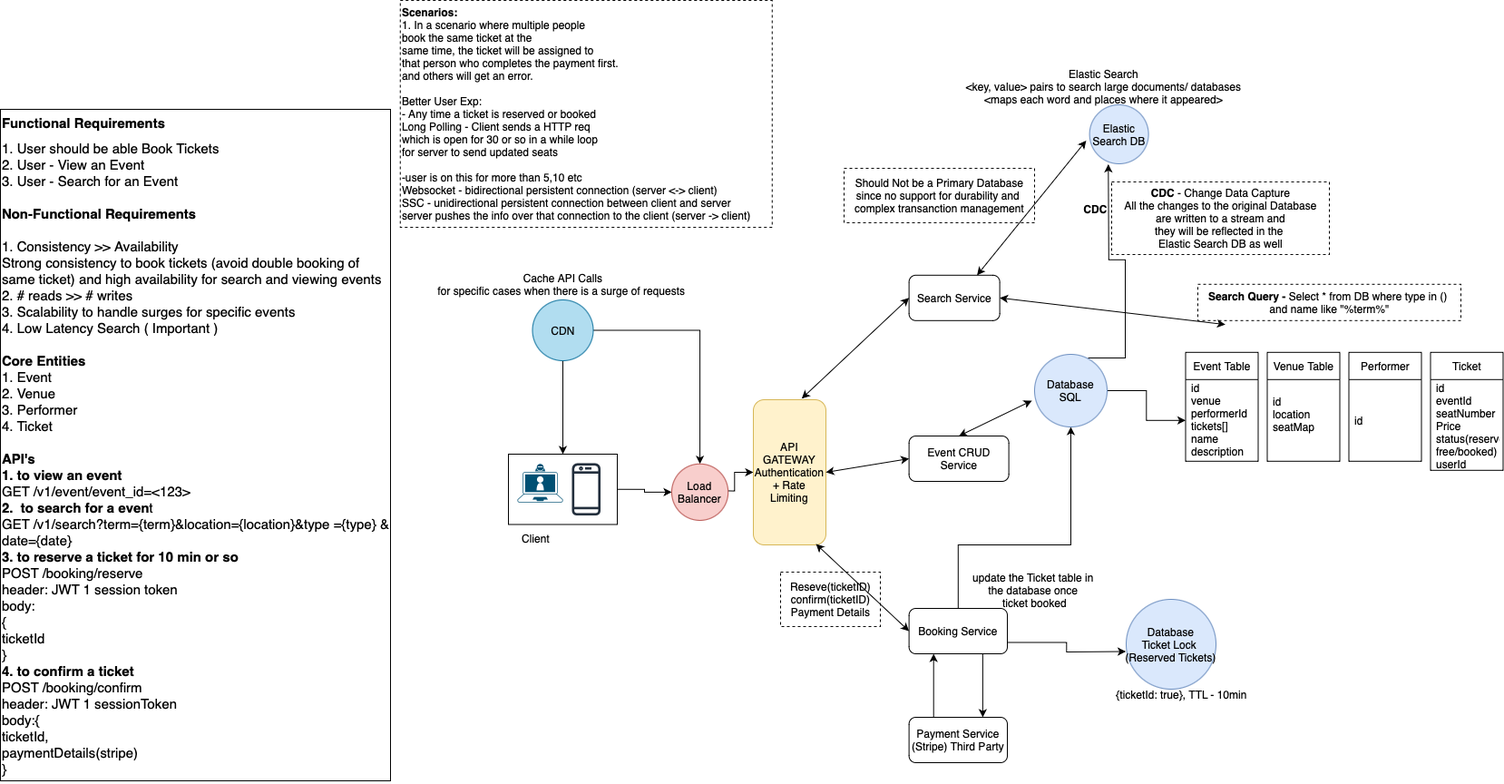
chetana-c/SystemDesign keeps this draw.io diagram as Designs/Design TicketMaster Deep Dive.drawio.png. Above is the earlier version. Source tidied: cells renumbered, new cells last; positions are measured from the earlier drawing's top-left corner, leaving out a move shared by most shapes.
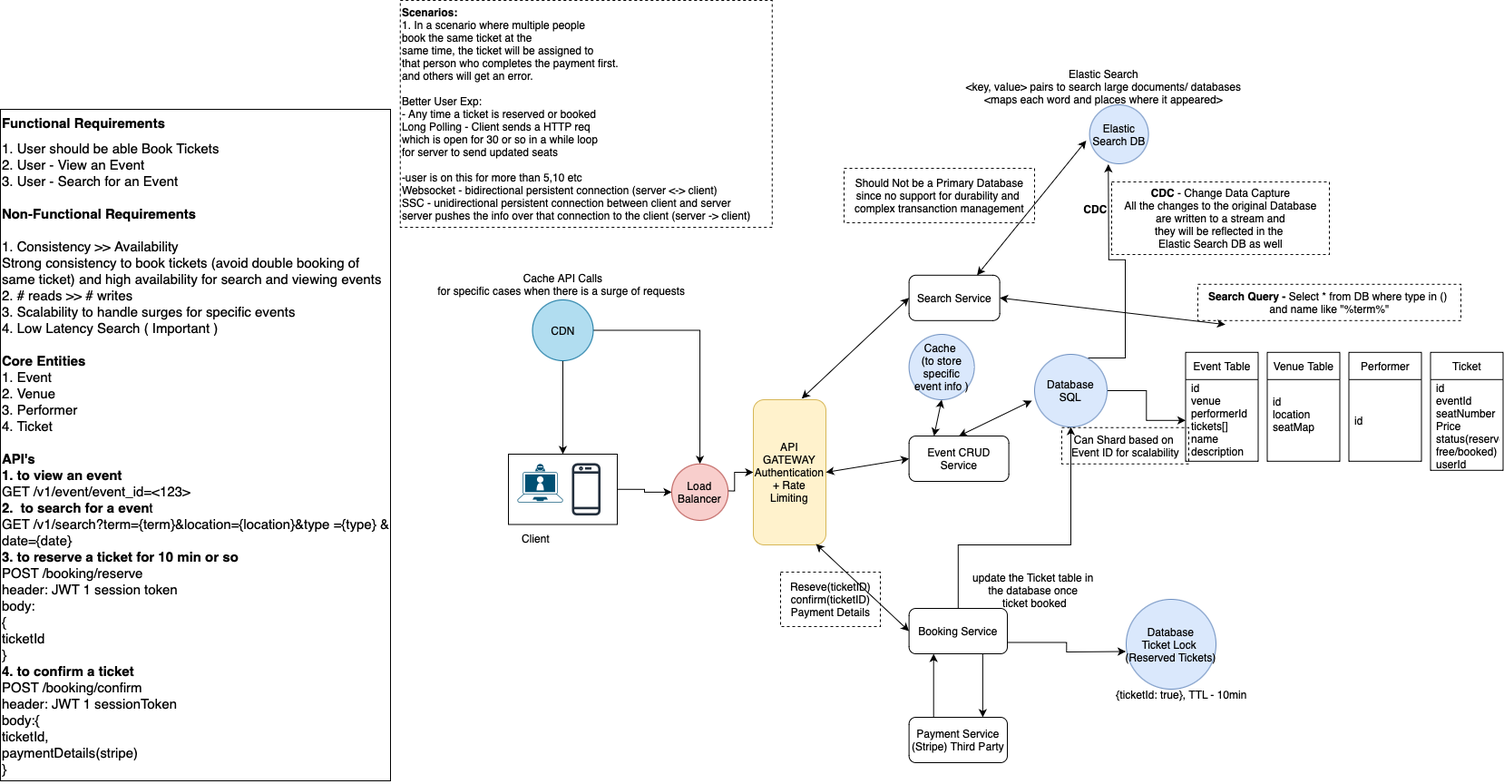
The same file after the commit.

Change to the diagram source:
```diff
@@ -164,5 +164,14 @@
     <mxCell id="50" value="Cache API Calls&lt;div&gt;for specific cases when there is a surge of requests&amp;nbsp;&lt;/div&gt;" style="text;html=1;align=center;verticalAlign=middle;strokeColor=none;fillColor=none;" parent="1" vertex="1">
       <mxGeometry x="470" y="293" width="300" height="40" as="geometry" />
     </mxCell>
+    <mxCell id="51" value="Can Shard based on&amp;nbsp;&lt;div&gt;Event ID for scalability&lt;/div&gt;" style="text;html=1;align=center;verticalAlign=middle;strokeColor=default;fillColor=none;dashed=1;" parent="1" vertex="1">
+      <mxGeometry x="1170" y="470.8" width="140" height="40" as="geometry" />
+    </mxCell>
+    <mxCell id="52" value="Cache&amp;nbsp;&lt;div&gt;(to store specific event info )&lt;/div&gt;" style="ellipse;whiteSpace=wrap;html=1;fillColor=#dae8fc;strokeColor=#6c8ebf;" parent="1" vertex="1">
+      <mxGeometry x="1001.6" y="368" width="72" height="72" as="geometry" />
+    </mxCell>
+    <mxCell id="53" style="endArrow=classic;startArrow=classic;html=1;rounded=0;exitX=0.25;exitY=0;exitDx=0;exitDy=0;entryX=0.5;entryY=1;entryDx=0;entryDy=0;" parent="1" edge="1" source="9" target="52">
+      <mxGeometry relative="1" as="geometry" />
+    </mxCell>
   </root>
 </mxGraphModel>
```
